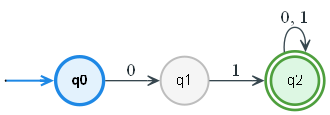
The Graphviz diagram files/dfa.png in felipenegretevela-ui/implemetaci-n-de-m-todos, before a commit. Its source is kept beside it as files/dfa.dot.
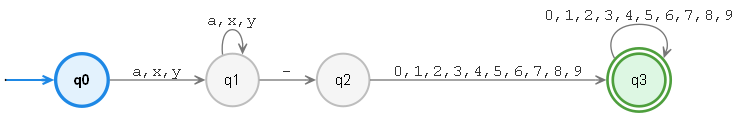
The same diagram one commit later.

What changed in the source:
```diff
@@ -1,15 +1,18 @@
 digraph G {
   rankdir=LR;
   size="8,5";
-  node [fontname="Helvetica", fontsize=11];
-  edge [arrowsize=0.8, arrowhead=vee];
+  node [fontname="Helvetica", fontsize=11, margin=0.1];
+  edge [arrowsize=0.7, arrowhead=vee, fontname="Courier New", fontsize=12, fontcolor="#333333", color="#777777"];
   qi [shape=point, width=0];
   "q0" [shape=circle, style=filled, fillcolor="#E3F2FD", color="#1E88E5", penwidth=2.5, fontname="Helvetica-Bold"];
-  "q1" [shape=circle, style=filled, fillcolor="#F5F5F5", color="#BDBDBD", penwidth=1.5, fontname="Helvetica"];
-  "q2" [shape=doublecircle, style=filled, fillcolor="#DDF7E3", color="#4E9F3D", penwidth=2, fontname="Helvetica"];
+  "q1" [shape=circle, style=filled, fillcolor="#F5F5F5", color="#BDBDBD", penwidth=1.5];
+  "q2" [shape=circle, style=filled, fillcolor="#F5F5F5", color="#BDBDBD", penwidth=1.5];
+  "q3" [shape=doublecircle, style=filled, fillcolor="#DDF7E3", color="#4E9F3D", penwidth=2];
 
   qi -> "q0" [color="#1E88E5", penwidth=1.5];
-  "q0" -> "q1" [label="0", color="#37474F", fontcolor="#263238"];
-  "q1" -> "q2" [label="1", color="#37474F", fontcolor="#263238"];
-  "q2" -> "q2" [label="0, 1", color="#37474F", fontcolor="#263238"];
+  "q0" -> "q1" [label="a,x,y"];
+  "q1" -> "q1" [label="a,x,y"];
+  "q1" -> "q2" [label="-"];
+  "q2" -> "q3" [label="0,1,2,3,4,5,6,7,8,9"];
+  "q3" -> "q3" [label="0,1,2,3,4,5,6,7,8,9"];
 }
```
